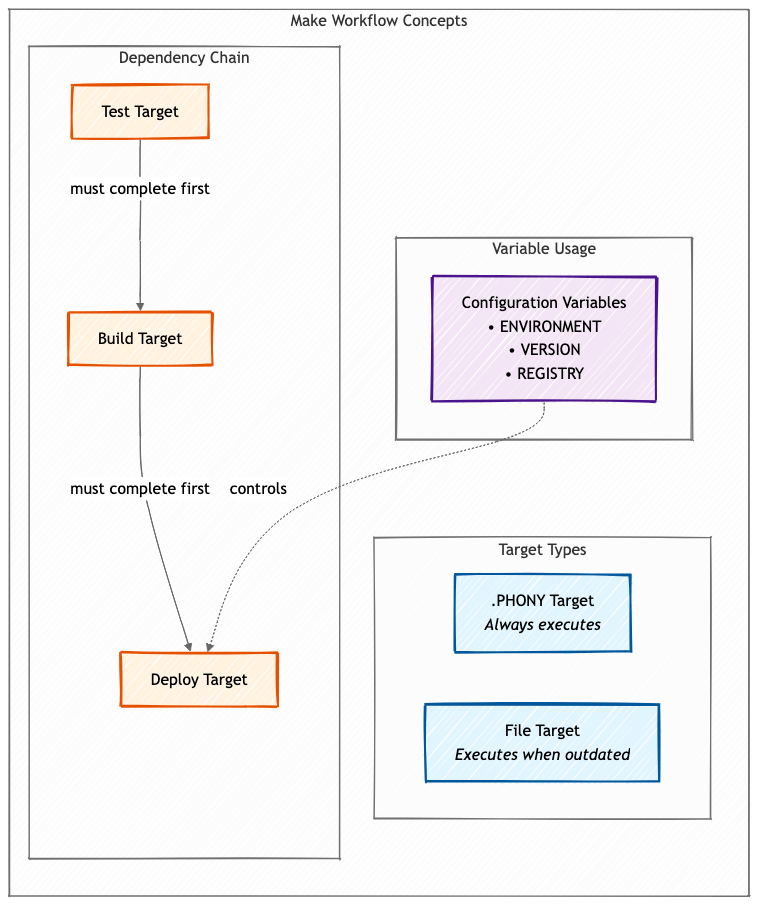
InfraLore/make_for_devops keeps this Mermaid diagram as images/chapter3.png. Above is the earlier version. Its source is kept beside it as images/chapter3.mmd. The source it was exported from:
```mermaid
---
config:
  look: handDrawn
  theme: neutral
---
flowchart TD
    classDef target fill:#e1f5fe,stroke:#01579b,stroke-width:2px,color:#000
    classDef prereq fill:#fff3e0,stroke:#e65100,stroke-width:2px,color:#000
    classDef var fill:#f3e5f5,stroke:#4a148c,stroke-width:2px,color:#000

    subgraph "Make Workflow Concepts"
        direction TB

        subgraph "Target Types"
            P[".PHONY Target<br/><i>Always executes</i>"]:::target
            F["File Target<br/><i>Executes when outdated</i>"]:::target
        end

        subgraph "Dependency Chain"
            T["Test Target"]:::prereq
            B["Build Target"]:::prereq
            D["Deploy Target"]:::prereq
            T -->|"must complete first"| B
            B -->|"must complete first"| D
        end

        subgraph "Variable Usage"
            V["Configuration Variables<br/>#8226; ENVIRONMENT<br/>#8226; VERSION<br/>#8226; REGISTRY"]:::var
            V -.->|"controls"| D
        end
    end
```
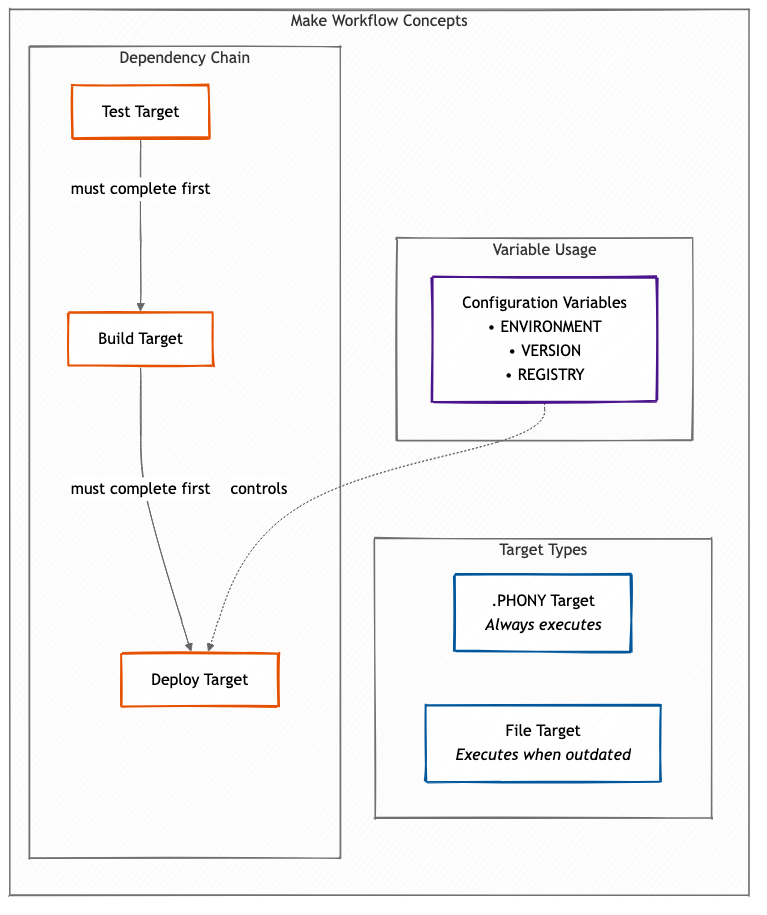
The same diagram one commit later.

Commit message:
Add diagrams target to generate PNG files from mermaid diagrams

Change to the diagram source:
```diff
@@ -4,9 +4,9 @@
   theme: neutral
 ---
 flowchart TD
-    classDef target fill:#e1f5fe,stroke:#01579b,stroke-width:2px,color:#000
-    classDef prereq fill:#fff3e0,stroke:#e65100,stroke-width:2px,color:#000
-    classDef var fill:#f3e5f5,stroke:#4a148c,stroke-width:2px,color:#000
+    classDef target fill:#fff,stroke:#01579b,stroke-width:2px,color:#000
+    classDef prereq fill:#fff,stroke:#e65100,stroke-width:2px,color:#000
+    classDef var fill:#fff,stroke:#4a148c,stroke-width:2px,color:#000
 
     subgraph "Make Workflow Concepts"
         direction TB
```
